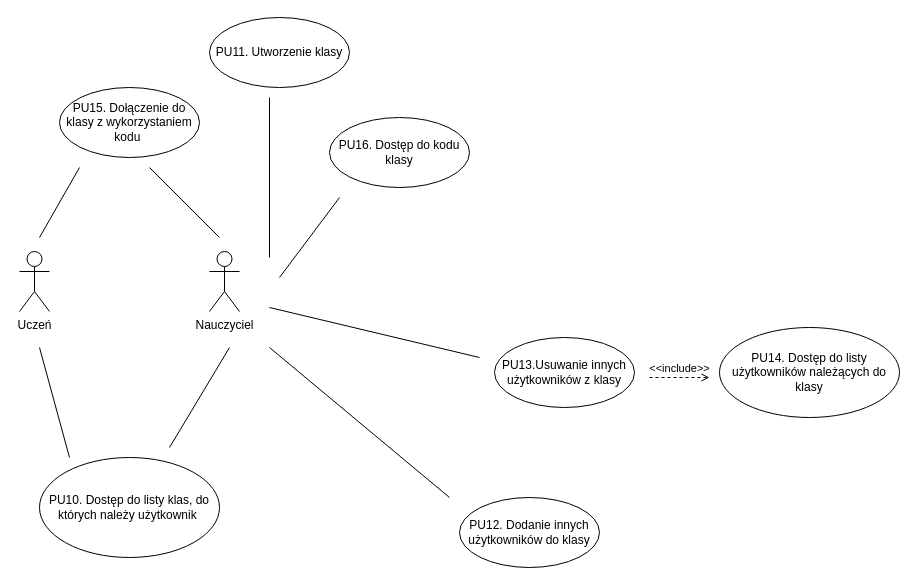
Above: use_cases/thrid_section.drawio in krzysztofkluczynski/WUT-thesis-classlog-app (draw.io), before the change. Source tidied: cells renumbered, new cells numbered last; positions are measured from the earlier drawing's top-left corner, leaving out a move shared by most shapes. Both pictures are drawn from the tidied source at 100%, with x=0, y=0 at pixel (19, 17).
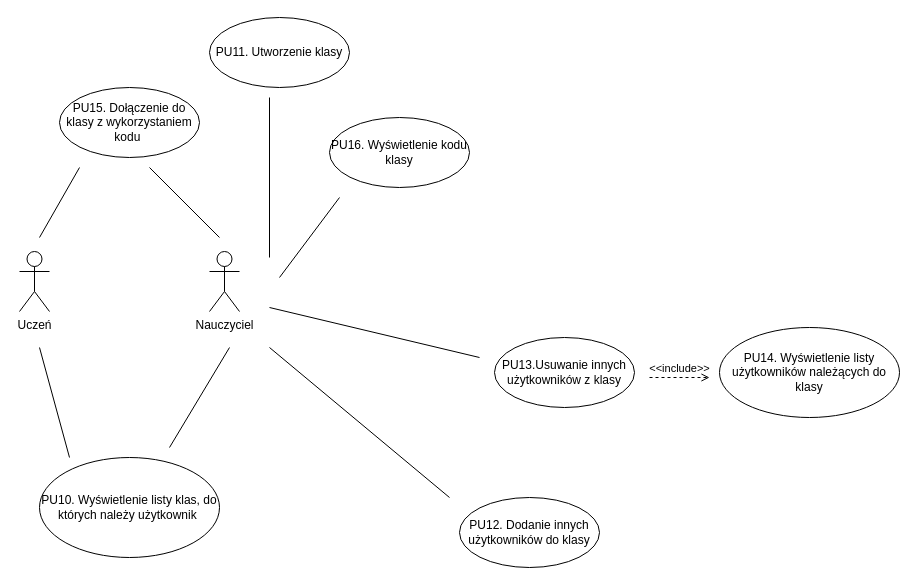
The same page after the edit.

Diff of the diagram source:
```diff
@@
-    <mxCell id="5" value="PU10. Dostęp do listy klas, do których należy użytkownik&amp;nbsp;" style="ellipse;whiteSpace=wrap;html=1;" parent="1" vertex="1">
+    <mxCell id="5" value="PU10. Wyświetlenie listy klas, do których należy użytkownik&amp;nbsp;" style="ellipse;whiteSpace=wrap;html=1;" parent="1" vertex="1">
       <mxGeometry x="20" y="440" width="180" height="100" as="geometry" />
     </mxCell>
@@
-    <mxCell id="12" value="PU16. Dostęp do kodu klasy" style="ellipse;whiteSpace=wrap;html=1;" parent="1" vertex="1">
+    <mxCell id="12" value="PU16. Wyświetlenie kodu klasy" style="ellipse;whiteSpace=wrap;html=1;" parent="1" vertex="1">
       <mxGeometry x="310" y="100" width="140" height="70" as="geometry" />
     </mxCell>
@@
-    <mxCell id="18" value="PU14. Dostęp do listy użytkowników należących do klasy" style="ellipse;whiteSpace=wrap;html=1;" parent="1" vertex="1">
+    <mxCell id="18" value="PU14. Wyświetlenie listy użytkowników należących do klasy" style="ellipse;whiteSpace=wrap;html=1;" parent="1" vertex="1">
       <mxGeometry x="700" y="310" width="180" height="90" as="geometry" />
     </mxCell>
```
